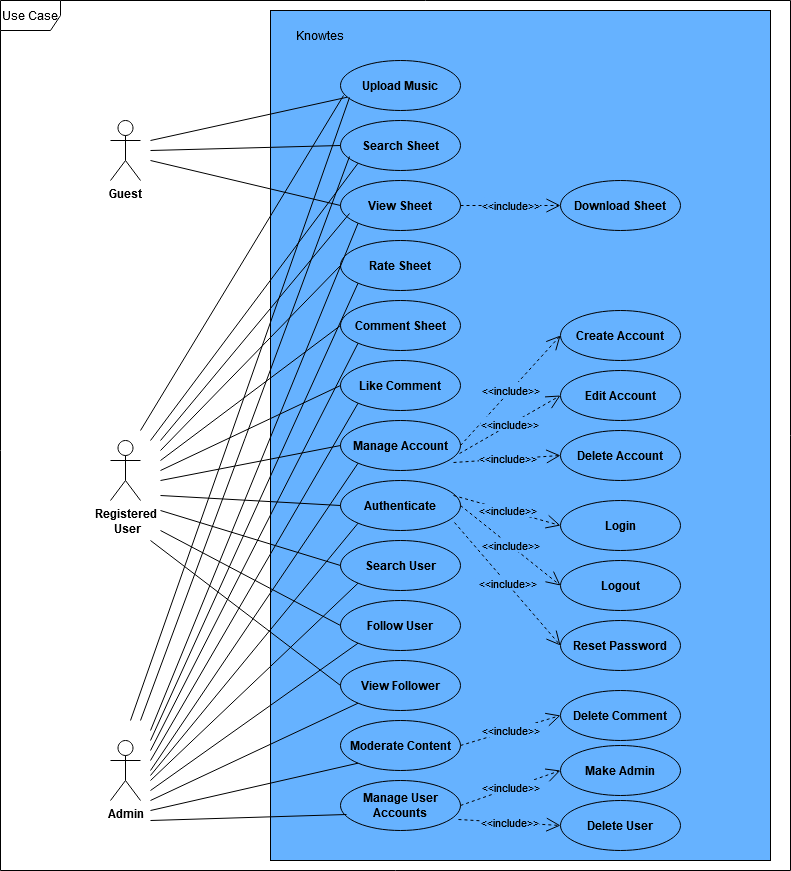
Earlier version of the draw.io export Knowtes Use Case Diagram.png (ProjFall2025/Team3). Source tidied: cells renumbered, new cells last; positions are measured from the earlier drawing's top-left corner, leaving out a move shared by most shapes.
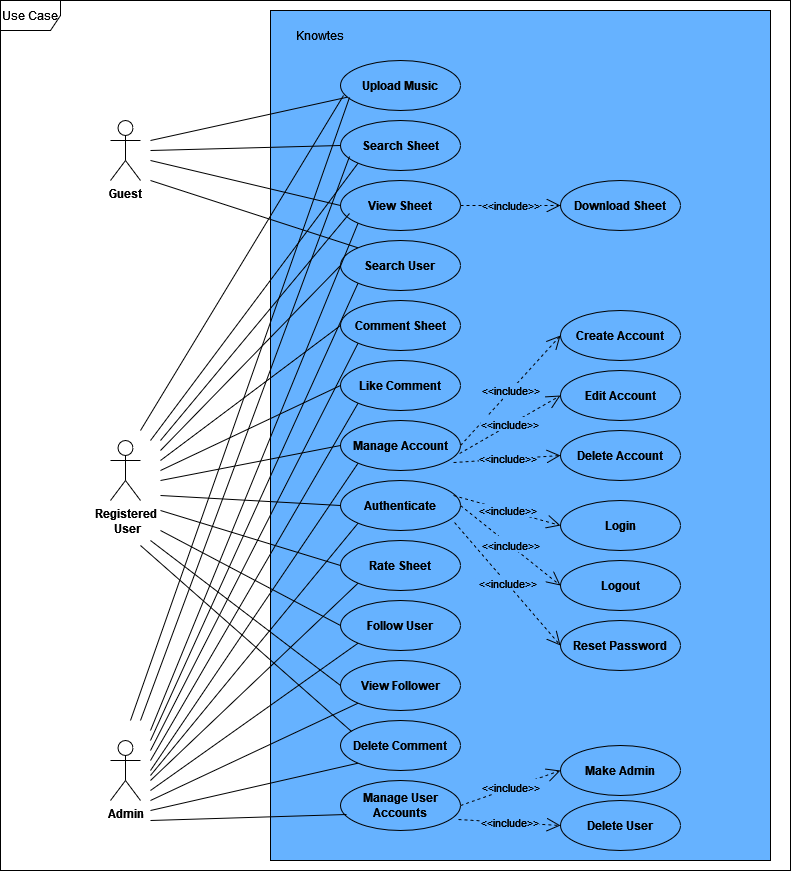
The same diagram one commit later.

Commit message:
Updated Use Case and Sequence Diagrams

Diff of the diagram source:
```diff
@@ -23,7 +23,7 @@
     <mxCell id="8" value="&lt;b&gt;Comment Sheet&lt;/b&gt;" style="ellipse;whiteSpace=wrap;html=1;fillColor=#66B2FF;" parent="1" vertex="1">
       <mxGeometry x="340" y="300" width="120" height="50" as="geometry" />
     </mxCell>
-    <mxCell id="9" value="&lt;b&gt;Rate Sheet&lt;/b&gt;" style="ellipse;whiteSpace=wrap;html=1;fillColor=#66B2FF;" parent="1" vertex="1">
+    <mxCell id="9" value="&lt;b&gt;Search User&lt;br&gt;&lt;/b&gt;" style="ellipse;whiteSpace=wrap;html=1;fillColor=#66B2FF;" parent="1" vertex="1">
       <mxGeometry x="340" y="240" width="120" height="50" as="geometry" />
     </mxCell>
     <mxCell id="10" value="&lt;b&gt;View Sheet&lt;/b&gt;" style="ellipse;whiteSpace=wrap;html=1;fillColor=#66B2FF;" parent="1" vertex="1">
@@ -44,7 +44,7 @@
     <mxCell id="15" value="&lt;b&gt;Authenticate&lt;/b&gt;" style="ellipse;whiteSpace=wrap;html=1;fillColor=#66B2FF;" parent="1" vertex="1">
       <mxGeometry x="340" y="480" width="120" height="50" as="geometry" />
     </mxCell>
-    <mxCell id="16" value="&lt;b&gt;Search User&lt;/b&gt;" style="ellipse;whiteSpace=wrap;html=1;fillColor=#66B2FF;" parent="1" vertex="1">
+    <mxCell id="16" value="&lt;b&gt;Rate Sheet&lt;br&gt;&lt;/b&gt;" style="ellipse;whiteSpace=wrap;html=1;fillColor=#66B2FF;" parent="1" vertex="1">
       <mxGeometry x="340" y="540" width="120" height="50" as="geometry" />
     </mxCell>
     <mxCell id="17" value="&lt;b&gt;Follow User&lt;/b&gt;" style="ellipse;whiteSpace=wrap;html=1;fillColor=#66B2FF;" parent="1" vertex="1">
@@ -53,7 +53,7 @@
     <mxCell id="18" value="&lt;b&gt;View Follower&lt;/b&gt;" style="ellipse;whiteSpace=wrap;html=1;fillColor=#66B2FF;" parent="1" vertex="1">
       <mxGeometry x="340" y="660" width="120" height="50" as="geometry" />
     </mxCell>
-    <mxCell id="19" value="&lt;b&gt;Moderate Content&lt;/b&gt;" style="ellipse;whiteSpace=wrap;html=1;fillColor=#66B2FF;" parent="1" vertex="1">
+    <mxCell id="19" value="&lt;b&gt;Delete Comment&lt;br&gt;&lt;/b&gt;" style="ellipse;whiteSpace=wrap;html=1;fillColor=#66B2FF;" parent="1" vertex="1">
       <mxGeometry x="340" y="720" width="120" height="50" as="geometry" />
     </mxCell>
     <mxCell id="20" value="&lt;b&gt;Manage User Accounts&lt;/b&gt;" style="ellipse;whiteSpace=wrap;html=1;fillColor=#66B2FF;" parent="1" vertex="1">
@@ -239,20 +239,24 @@
     <mxCell id="62" value="&lt;span style=&quot;background-color: light-dark(#66B2FF,var(--ge-dark-color, #121212));&quot;&gt;&amp;lt;&amp;lt;include&amp;gt;&amp;gt;&lt;/span&gt;" style="endArrow=open;endSize=12;dashed=1;html=1;rounded=0;entryX=0;entryY=0.5;entryDx=0;entryDy=0;exitX=0.95;exitY=0.84;exitDx=0;exitDy=0;exitPerimeter=0;fillColor=#66B2FF;" parent="1" edge="1" source="15" target="27">
       <mxGeometry relative="1" as="geometry" />
     </mxCell>
-    <mxCell id="63" value="&lt;b&gt;Delete Comment&lt;br&gt;&lt;/b&gt;" style="ellipse;whiteSpace=wrap;html=1;fillColor=#66B2FF;" parent="1" vertex="1">
-      <mxGeometry x="560" y="690" width="120" height="50" as="geometry" />
-    </mxCell>
     <mxCell id="64" value="&lt;b&gt;Delete User&lt;br&gt;&lt;/b&gt;" style="ellipse;whiteSpace=wrap;html=1;fillColor=#66B2FF;" parent="1" vertex="1">
       <mxGeometry x="560" y="800" width="120" height="50" as="geometry" />
     </mxCell>
-    <mxCell id="65" value="&lt;span style=&quot;background-color: light-dark(#66B2FF,var(--ge-dark-color, #121212));&quot;&gt;&amp;lt;&amp;lt;include&amp;gt;&amp;gt;&lt;/span&gt;" style="endArrow=open;endSize=12;dashed=1;html=1;rounded=0;entryX=0;entryY=0.5;entryDx=0;entryDy=0;exitX=1;exitY=0.5;exitDx=0;exitDy=0;fillColor=#66B2FF;" parent="1" edge="1" source="19" target="63">
-      <mxGeometry relative="1" as="geometry" />
-    </mxCell>
     <mxCell id="66" value="&lt;span style=&quot;background-color: light-dark(#66B2FF,var(--ge-dark-color, #121212));&quot;&gt;&amp;lt;&amp;lt;include&amp;gt;&amp;gt;&lt;/span&gt;" style="endArrow=open;endSize=12;dashed=1;html=1;rounded=0;entryX=0;entryY=0.5;entryDx=0;entryDy=0;exitX=1;exitY=0.5;exitDx=0;exitDy=0;fillColor=#66B2FF;" parent="1" edge="1" source="20" target="28">
       <mxGeometry relative="1" as="geometry" />
     </mxCell>
     <mxCell id="67" value="&lt;span style=&quot;background-color: light-dark(#66B2FF,var(--ge-dark-color, #121212));&quot;&gt;&amp;lt;&amp;lt;include&amp;gt;&amp;gt;&lt;/span&gt;" style="endArrow=open;endSize=12;dashed=1;html=1;rounded=0;entryX=0;entryY=0.5;entryDx=0;entryDy=0;exitX=0.983;exitY=0.78;exitDx=0;exitDy=0;exitPerimeter=0;fillColor=#66B2FF;" parent="1" edge="1" source="20" target="64">
       <mxGeometry relative="1" as="geometry" />
     </mxCell>
+    <mxCell id="68" style="endArrow=none;html=1;rounded=0;entryX=0;entryY=0;entryDx=0;entryDy=0;" parent="1" edge="1" target="9">
+      <mxGeometry relative="1" as="geometry">
+        <mxPoint x="150" y="180" as="sourcePoint" />
+      </mxGeometry>
+    </mxCell>
+    <mxCell id="69" style="endArrow=none;html=1;rounded=0;entryX=0.092;entryY=0.22;entryDx=0;entryDy=0;entryPerimeter=0;" parent="1" edge="1" target="19">
+      <mxGeometry relative="1" as="geometry">
+        <mxPoint x="140" y="545" as="sourcePoint" />
+      </mxGeometry>
+    </mxCell>
   </root>
 </mxGraphModel>
```
